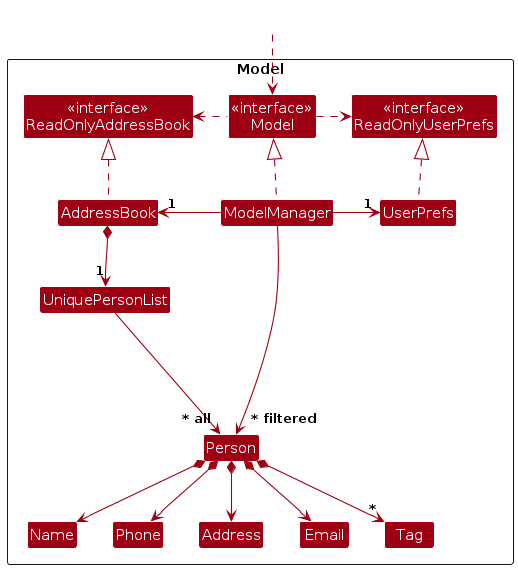
Above: diagrams/ModelClassDiagram.png in AY2627S1-CS2103T-T08-1/tp (PlantUML), before the change. Its source is kept beside it as diagrams/ModelClassDiagram.puml. Its diagram source:
```plantuml
@startuml
!include style.puml
skinparam arrowThickness 1.1
skinparam arrowColor MODEL_COLOR
skinparam classBackgroundColor MODEL_COLOR

Package Model as ModelPackage <<Rectangle>>{
Class "<<interface>>\nReadOnlyAddressBook" as ReadOnlyAddressBook
Class "<<interface>>\nReadOnlyUserPrefs" as ReadOnlyUserPrefs
Class "<<interface>>\nModel" as Model
Class AddressBook
Class ModelManager
Class UserPrefs

Class UniquePersonList
Class Person
Class Address
Class Email
Class Name
Class Phone
Class Tag

Class I #FFFFFF
}

Class HiddenOutside #FFFFFF
HiddenOutside ..> Model

AddressBook .up.|> ReadOnlyAddressBook

ModelManager .up.|> Model
Model .right.> ReadOnlyUserPrefs
Model .left.> ReadOnlyAddressBook
ModelManager -left-> "1" AddressBook
ModelManager -right-> "1" UserPrefs
UserPrefs .up.|> ReadOnlyUserPrefs

AddressBook *--> "1" UniquePersonList
UniquePersonList --> "~* all" Person
Person *--> Name
Person *--> Phone
Person *--> Email
Person *--> Address
Person *--> "*" Tag

Person -[hidden]up--> I
UniquePersonList -[hidden]right-> I

Name -[hidden]right-> Phone
Phone -[hidden]right-> Address
Address -[hidden]right-> Email

ModelManager --> "~* filtered" Person
@enduml
```
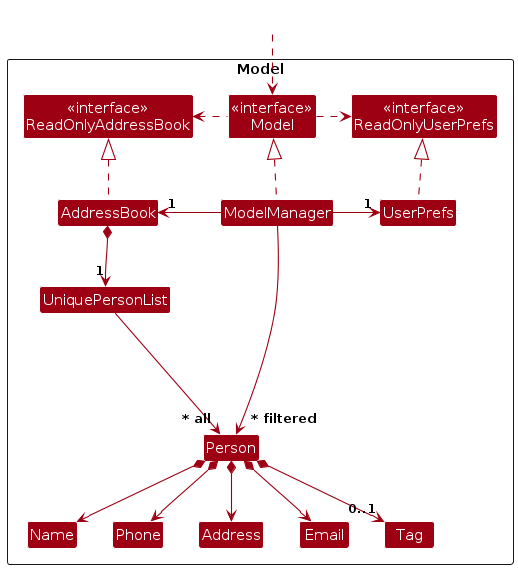
Later version of the same file.

What changed in the source:
```diff
@@ -41,7 +41,7 @@
 Person *--> Phone
 Person *--> Email
 Person *--> Address
-Person *--> "*" Tag
+Person *--> "0..1" Tag
 
 Person -[hidden]up--> I
 UniquePersonList -[hidden]right-> I
```
